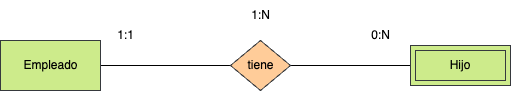
Before: Tareas/Unidad_2/tarea1/Ejercicio8.drawio.png, a diagram exported from draw.io (antonioinigo/base-datos). Source tidied: cells renumbered, new cells last; positions are measured from the earlier drawing's top-left corner, leaving out a move shared by most shapes.
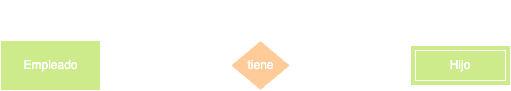
The same diagram one commit later.

Diff of the diagram source:
```diff
@@ -2,30 +2,30 @@
   <root>
     <mxCell id="0" />
     <mxCell id="1" parent="0" />
-    <mxCell id="2" style="html=1;entryX=0;entryY=0.5;entryDx=0;entryDy=0;fontColor=#000000;endArrow=none;endFill=0;" parent="1" edge="1" source="3" target="5">
+    <mxCell id="2" style="html=1;entryX=0;entryY=0.5;entryDx=0;entryDy=0;fontColor=#FFFFFF;endArrow=none;endFill=0;strokeColor=#FFFFFF;" parent="1" edge="1" source="3" target="5">
       <mxGeometry relative="1" as="geometry" />
     </mxCell>
-    <mxCell id="3" value="&lt;font color=&quot;#000000&quot;&gt;Empleado&lt;/font&gt;" style="html=1;dashed=0;whitespace=wrap;fillColor=#cdeb8b;strokeColor=#36393d;" parent="1" vertex="1">
+    <mxCell id="3" value="&lt;font&gt;Empleado&lt;/font&gt;" style="html=1;dashed=0;whitespace=wrap;fillColor=#cdeb8b;strokeColor=#FFFFFF;fontColor=#FFFFFF;" parent="1" vertex="1">
       <mxGeometry y="40" width="100" height="50" as="geometry" />
     </mxCell>
-    <mxCell id="4" style="edgeStyle=none;html=1;fontColor=#000000;endArrow=none;endFill=0;" parent="1" edge="1" source="5">
+    <mxCell id="4" style="edgeStyle=none;html=1;fontColor=#FFFFFF;endArrow=none;endFill=0;strokeColor=#FFFFFF;" parent="1" edge="1" source="5">
       <mxGeometry relative="1" as="geometry">
         <mxPoint x="410" y="65" as="targetPoint" />
       </mxGeometry>
     </mxCell>
-    <mxCell id="5" value="&lt;font color=&quot;#000000&quot;&gt;tiene&lt;/font&gt;" style="shape=rhombus;html=1;dashed=0;whitespace=wrap;perimeter=rhombusPerimeter;fillColor=#ffcc99;strokeColor=#36393d;" parent="1" vertex="1">
+    <mxCell id="5" value="&lt;font&gt;tiene&lt;/font&gt;" style="shape=rhombus;html=1;dashed=0;whitespace=wrap;perimeter=rhombusPerimeter;fillColor=#ffcc99;strokeColor=#FFFFFF;fontColor=#FFFFFF;" parent="1" vertex="1">
       <mxGeometry x="230" y="40" width="60" height="50" as="geometry" />
     </mxCell>
-    <mxCell id="6" value="1:1" style="text;html=1;align=center;verticalAlign=middle;strokeColor=none;fillColor=none;fontColor=#000000;" parent="1" vertex="1">
+    <mxCell id="6" value="1:1" style="text;html=1;align=center;verticalAlign=middle;strokeColor=#FFFFFF;fillColor=none;fontColor=#FFFFFF;" parent="1" vertex="1">
       <mxGeometry x="105" y="20" width="40" height="30" as="geometry" />
     </mxCell>
-    <mxCell id="7" value="0:N" style="text;html=1;align=center;verticalAlign=middle;strokeColor=none;fillColor=none;fontColor=#000000;" parent="1" vertex="1">
+    <mxCell id="7" value="0:N" style="text;html=1;align=center;verticalAlign=middle;strokeColor=#FFFFFF;fillColor=none;fontColor=#FFFFFF;" parent="1" vertex="1">
       <mxGeometry x="360" y="20" width="40" height="30" as="geometry" />
     </mxCell>
-    <mxCell id="8" value="1:N" style="text;html=1;align=center;verticalAlign=middle;strokeColor=none;fillColor=none;fontColor=#000000;" parent="1" vertex="1">
+    <mxCell id="8" value="1:N" style="text;html=1;align=center;verticalAlign=middle;strokeColor=#FFFFFF;fillColor=none;fontColor=#FFFFFF;" parent="1" vertex="1">
       <mxGeometry x="240" width="40" height="30" as="geometry" />
     </mxCell>
-    <mxCell id="9" value="&lt;font color=&quot;#000000&quot;&gt;Hijo&lt;/font&gt;" style="shape=ext;margin=3;double=1;whiteSpace=wrap;html=1;align=center;fillColor=#cdeb8b;strokeColor=#36393d;" parent="1" vertex="1">
+    <mxCell id="9" value="&lt;font&gt;Hijo&lt;/font&gt;" style="shape=ext;margin=3;double=1;whiteSpace=wrap;html=1;align=center;fillColor=#cdeb8b;strokeColor=#FFFFFF;fontColor=#FFFFFF;" parent="1" vertex="1">
       <mxGeometry x="410" y="45" width="100" height="40" as="geometry" />
     </mxCell>
   </root>
```
